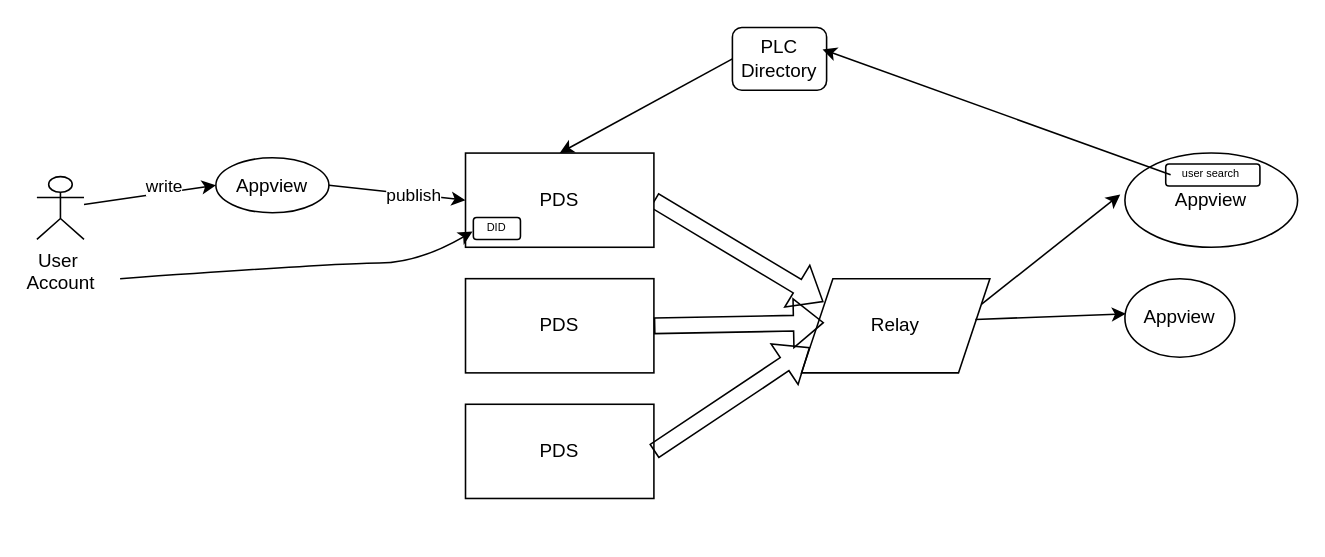
The draw.io diagram permanent versions/atproto/atproto1.drawio in mathewlowry/myhub-gpt, before the edit. Source tidied: cells renumbered, new cells numbered last; positions are measured from the earlier drawing's top-left corner, leaving out a move shared by most shapes. Both pictures are drawn from the tidied source at 157%, with x=0, y=0 at pixel (36, 27).
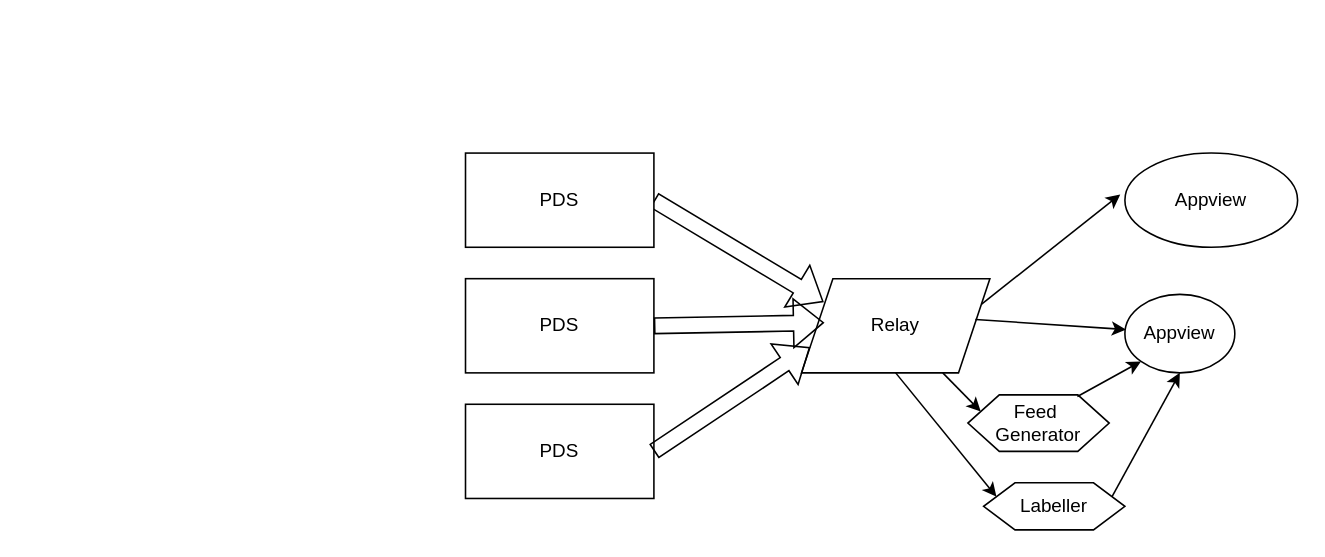
Above is the later version.

Unchanged cells that the change refers to:
```xml
<mxCell id="5" value="Relay" style="shape=parallelogram;perimeter=parallelogramPerimeter;whiteSpace=wrap;html=1;fixedSize=1;" parent="2" vertex="1">
  <mxGeometry x="487" y="160" width="120" height="60" as="geometry" />
</mxCell>
<mxCell id="13" value="PDS" style="rounded=0;whiteSpace=wrap;html=1;" parent="2" vertex="1">
  <mxGeometry x="273" y="80" width="120" height="60" as="geometry" />
</mxCell>
```

The edit, as a diff of the source:
```diff
@@
     <mxCell id="7" value="Appview" style="ellipse;whiteSpace=wrap;html=1;" parent="2" vertex="1">
-      <mxGeometry x="693" y="160" width="70" height="50" as="geometry" />
+      <mxGeometry x="693" y="170" width="70" height="50" as="geometry" />
     </mxCell>
@@
-    <mxCell id="14" parent="0" />
-    <mxCell id="15" value="PLC Directory" style="rounded=1;whiteSpace=wrap;html=1;" parent="14" vertex="1">
-      <mxGeometry x="443" width="60" height="40" as="geometry" />
-    </mxCell>
-    <mxCell id="16" value="user search&amp;nbsp;" style="rounded=1;whiteSpace=wrap;html=1;fontSize=7;" parent="14" vertex="1">
-      <mxGeometry x="719" y="87" width="60" height="14" as="geometry" />
-    </mxCell>
-    <mxCell id="17" style="endArrow=classic;html=1;rounded=0;entryX=0.957;entryY=0.349;entryDx=0;entryDy=0;entryPerimeter=0;exitX=0.052;exitY=0.486;exitDx=0;exitDy=0;exitPerimeter=0;" parent="14" edge="1" source="16" target="15">
-      <mxGeometry relative="1" as="geometry" />
-    </mxCell>
-    <mxCell id="18" style="endArrow=classic;html=1;rounded=0;entryX=0.5;entryY=0;entryDx=0;entryDy=0;exitX=0;exitY=0.5;exitDx=0;exitDy=0;" parent="14" edge="1" source="15" target="13">
-      <mxGeometry relative="1" as="geometry" />
-    </mxCell>
-    <mxCell id="19" value="User&amp;nbsp;&lt;div&gt;Account&lt;/div&gt;" style="shape=umlActor;verticalLabelPosition=bottom;verticalAlign=top;html=1;outlineConnect=0;" parent="14" vertex="1">
-      <mxGeometry y="95" width="30" height="40" as="geometry" />
-    </mxCell>
-    <mxCell id="20" value="Appview" style="ellipse;whiteSpace=wrap;html=1;" parent="14" vertex="1">
-      <mxGeometry x="114" y="83" width="72" height="35" as="geometry" />
-    </mxCell>
-    <mxCell id="21" style="endArrow=classic;html=1;rounded=0;entryX=0;entryY=0.5;entryDx=0;entryDy=0;" parent="14" edge="1" source="19" target="20">
-      <mxGeometry relative="1" as="geometry" />
-    </mxCell>
-    <mxCell id="22" value="write" style="edgeLabel;html=1;align=center;verticalAlign=middle;" parent="21" vertex="1">
-      <mxGeometry x="0.22" y="5" relative="1" as="geometry" />
-    </mxCell>
-    <mxCell id="23" style="endArrow=classic;html=1;rounded=0;entryX=0;entryY=0.5;entryDx=0;entryDy=0;exitX=1;exitY=0.5;exitDx=0;exitDy=0;" parent="14" edge="1" source="20" target="13">
-      <mxGeometry relative="1" as="geometry" />
-    </mxCell>
-    <mxCell id="24" value="publish" style="edgeLabel;html=1;align=center;verticalAlign=middle;" parent="23" vertex="1">
-      <mxGeometry x="0.23" relative="1" as="geometry" />
-    </mxCell>
-    <mxCell id="25" value="DID" style="rounded=1;whiteSpace=wrap;html=1;fontSize=7;" parent="14" vertex="1">
-      <mxGeometry x="278" y="121" width="30" height="14" as="geometry" />
-    </mxCell>
-    <mxCell id="26" style="curved=1;endArrow=classic;html=1;rounded=0;entryX=-0.016;entryY=0.642;entryDx=0;entryDy=0;entryPerimeter=0;" parent="14" edge="1" target="25">
-      <mxGeometry relative="1" as="geometry">
-        <mxPoint x="53" y="160" as="sourcePoint" />
-        <Array as="points">
-          <mxPoint x="193" y="150" />
-          <mxPoint x="243" y="150" />
-        </Array>
-      </mxGeometry>
-    </mxCell>
+    <mxCell id="27" parent="0" />
+    <mxCell id="28" value="Feed&amp;nbsp;&lt;div&gt;Generator&lt;/div&gt;" style="shape=hexagon;perimeter=hexagonPerimeter2;whiteSpace=wrap;html=1;fixedSize=1;" parent="27" vertex="1">
+      <mxGeometry x="593" y="234" width="90" height="36" as="geometry" />
+    </mxCell>
+    <mxCell id="29" style="endArrow=classic;html=1;rounded=0;entryX=0;entryY=0.25;entryDx=0;entryDy=0;exitX=0.75;exitY=1;exitDx=0;exitDy=0;" parent="27" edge="1" source="5" target="28">
+      <mxGeometry relative="1" as="geometry" />
+    </mxCell>
+    <mxCell id="30" style="endArrow=classic;html=1;rounded=0;entryX=0;entryY=1;entryDx=0;entryDy=0;exitX=0.775;exitY=0.03;exitDx=0;exitDy=0;exitPerimeter=0;" parent="27" edge="1" source="28" target="7">
+      <mxGeometry relative="1" as="geometry" />
+    </mxCell>
+    <mxCell id="31" value="Labeller" style="shape=hexagon;perimeter=hexagonPerimeter2;whiteSpace=wrap;html=1;fixedSize=1;" parent="27" vertex="1">
+      <mxGeometry x="603" y="290" width="90" height="30" as="geometry" />
+    </mxCell>
+    <mxCell id="32" style="endArrow=classic;html=1;rounded=0;entryX=0;entryY=0.25;entryDx=0;entryDy=0;exitX=0.5;exitY=1;exitDx=0;exitDy=0;" parent="27" edge="1" source="5" target="31">
+      <mxGeometry relative="1" as="geometry" />
+    </mxCell>
+    <mxCell id="33" style="endArrow=classic;html=1;rounded=0;exitX=1;exitY=0.25;exitDx=0;exitDy=0;entryX=0.5;entryY=1;entryDx=0;entryDy=0;" parent="27" edge="1" source="31" target="7">
+      <mxGeometry relative="1" as="geometry" />
+    </mxCell>
+    <mxCell id="34" parent="0" />
```
